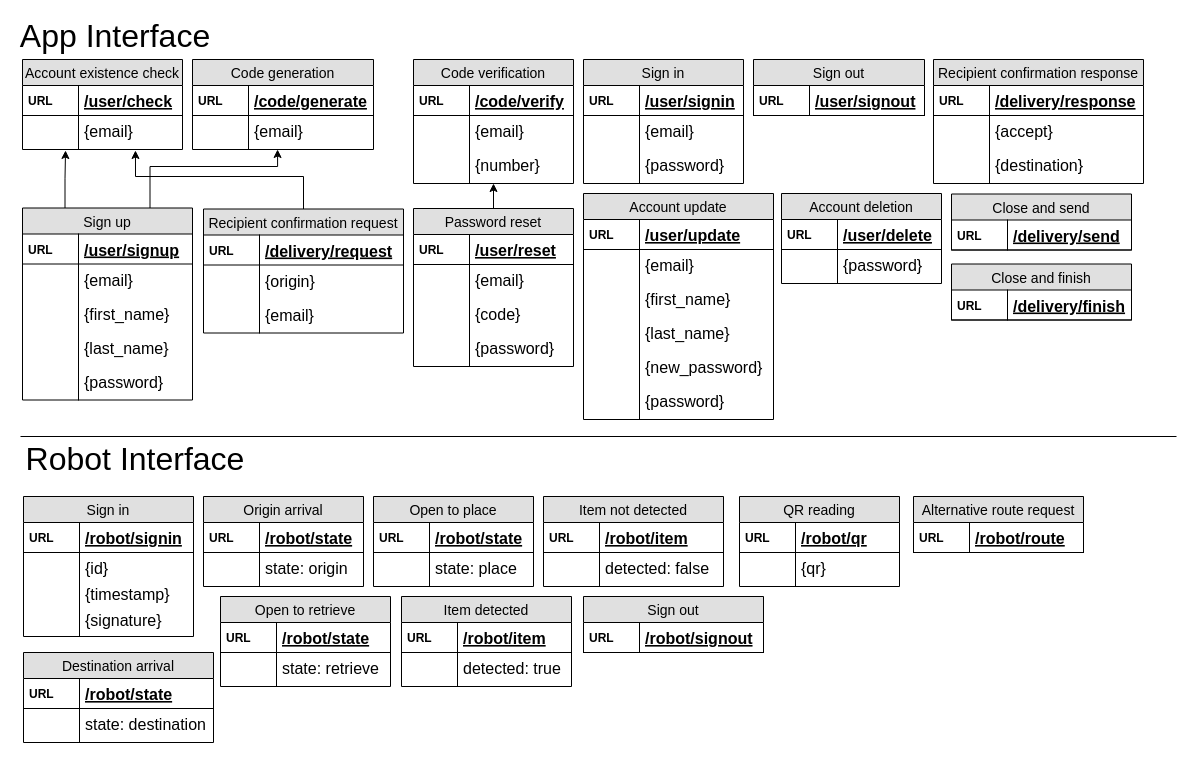
Earlier version of the draw.io diagram server/modeling/Server Modelling.drawio (developedby/DLVR). Source tidied: cells renumbered, new cells numbered last; positions are measured from the earlier drawing's top-left corner, leaving out a move shared by most shapes. Both pictures are drawn from the tidied source at 100%, with x=0, y=0 at pixel (17, 26).
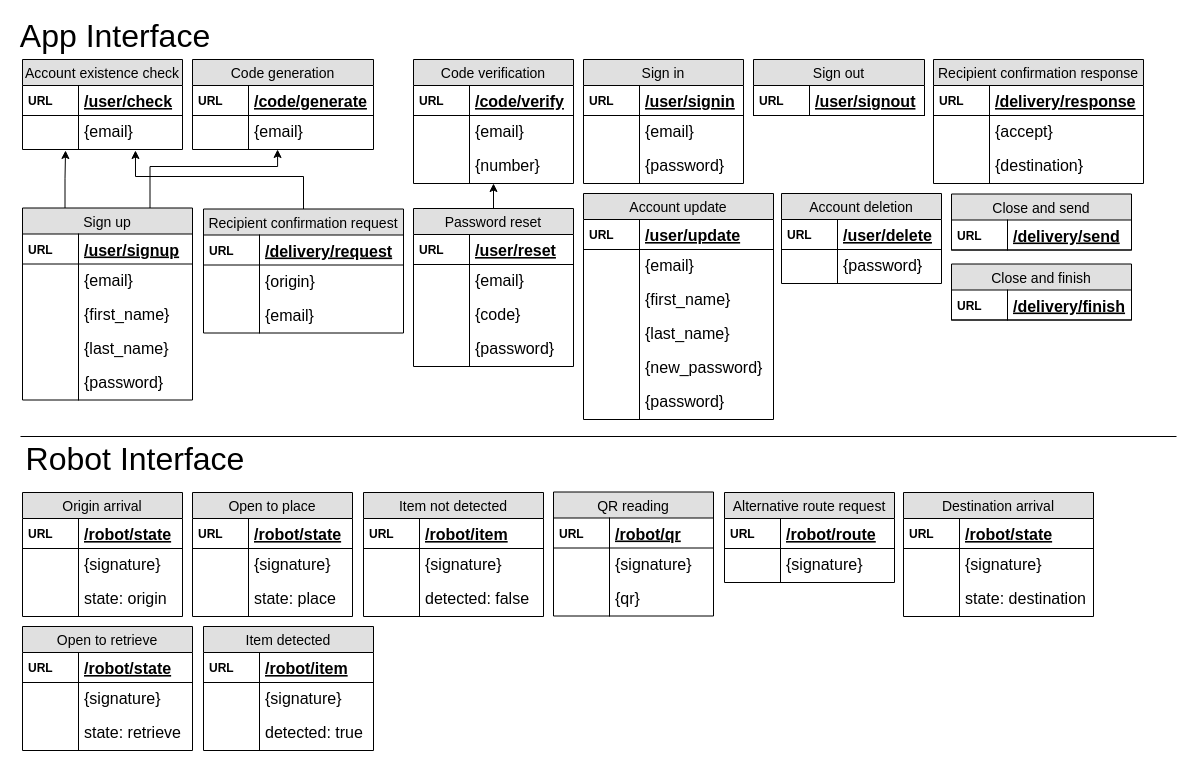
The same diagram, later.

Diff of the diagram source:
```diff
@@
-    <mxCell id="94" value="Sign in" style="swimlane;fontStyle=0;horizontal=1;startSize=26;fillColor=#e0e0e0;swimlaneFillColor=#ffffff;align=center;fontSize=14;" parent="1" vertex="1">
-      <mxGeometry x="6" y="470" width="170" height="140" as="geometry" />
-    </mxCell>
-    <mxCell id="95" value="/robot/signin" style="shape=partialRectangle;top=0;left=0;right=0;bottom=1;align=left;verticalAlign=middle;fillColor=none;spacingLeft=60;spacingRight=4;overflow=hidden;fontStyle=5;fontSize=16;" parent="94" vertex="1">
-      <mxGeometry y="26" width="170" height="30" as="geometry" />
-    </mxCell>
-    <mxCell id="96" value="URL" style="shape=partialRectangle;fontStyle=1;top=0;left=0;bottom=0;fillColor=none;align=left;verticalAlign=middle;spacingLeft=4;spacingRight=4;overflow=hidden;fontSize=12;" parent="95" vertex="1">
-      <mxGeometry width="56" height="30" as="geometry" />
-    </mxCell>
-    <mxCell id="97" value="{id}" style="shape=partialRectangle;top=0;left=0;right=0;bottom=0;align=left;verticalAlign=top;fillColor=none;spacingLeft=60;spacingRight=4;overflow=hidden;fontSize=16;" parent="94" vertex="1">
-      <mxGeometry y="56" width="170" height="26" as="geometry" />
-    </mxCell>
-    <mxCell id="98" style="shape=partialRectangle;top=0;left=0;bottom=0;fillColor=none;align=left;verticalAlign=top;spacingLeft=4;spacingRight=4;overflow=hidden;fontSize=12;" parent="97" vertex="1">
-      <mxGeometry width="56" height="26" as="geometry" />
-    </mxCell>
-    <mxCell id="99" value="{timestamp}" style="shape=partialRectangle;top=0;left=0;right=0;bottom=0;align=left;verticalAlign=top;fillColor=none;spacingLeft=60;spacingRight=4;overflow=hidden;fontSize=16;" parent="94" vertex="1">
-      <mxGeometry y="82" width="170" height="26" as="geometry" />
-    </mxCell>
-    <mxCell id="100" style="shape=partialRectangle;top=0;left=0;bottom=0;fillColor=none;align=left;verticalAlign=top;spacingLeft=4;spacingRight=4;overflow=hidden;fontSize=12;" parent="99" vertex="1">
-      <mxGeometry width="56" height="26" as="geometry" />
-    </mxCell>
-    <mxCell id="101" value="{signature}" style="shape=partialRectangle;top=0;left=0;right=0;bottom=0;align=left;verticalAlign=top;fillColor=none;spacingLeft=60;spacingRight=4;overflow=hidden;fontSize=16;" parent="94" vertex="1">
-      <mxGeometry y="108" width="170" height="32" as="geometry" />
-    </mxCell>
-    <mxCell id="102" style="shape=partialRectangle;top=0;left=0;bottom=0;fillColor=none;align=left;verticalAlign=top;spacingLeft=4;spacingRight=4;overflow=hidden;fontSize=12;" parent="101" vertex="1">
-      <mxGeometry width="56" height="32" as="geometry" />
-    </mxCell>
     <mxCell id="103" value="Origin arrival" style="swimlane;fontStyle=0;horizontal=1;startSize=26;fillColor=#e0e0e0;swimlaneFillColor=#ffffff;align=center;fontSize=14;" parent="1" vertex="1">
-      <mxGeometry x="186" y="470" width="160" height="90" as="geometry" />
+      <mxGeometry x="5" y="466" width="160" height="124" as="geometry" />
     </mxCell>
@@
-    <mxCell id="106" value="state: origin" style="shape=partialRectangle;top=0;left=0;right=0;bottom=0;align=left;verticalAlign=top;fillColor=none;spacingLeft=60;spacingRight=4;overflow=hidden;fontSize=16;" parent="103" vertex="1">
+    <mxCell id="106" value="{signature}" style="shape=partialRectangle;top=0;left=0;right=0;bottom=0;align=left;verticalAlign=top;fillColor=none;spacingLeft=60;spacingRight=4;overflow=hidden;fontSize=16;" parent="103" vertex="1">
       <mxGeometry y="56" width="160" height="34" as="geometry" />
     </mxCell>
@@
+    <mxCell id="144" value="state: origin" style="shape=partialRectangle;top=0;left=0;right=0;bottom=0;align=left;verticalAlign=top;fillColor=none;spacingLeft=60;spacingRight=4;overflow=hidden;fontSize=16;" parent="103" vertex="1">
+      <mxGeometry y="90" width="160" height="34" as="geometry" />
+    </mxCell>
+    <mxCell id="145" style="shape=partialRectangle;top=0;left=0;bottom=0;fillColor=none;align=left;verticalAlign=top;spacingLeft=4;spacingRight=4;overflow=hidden;fontSize=12;" parent="144" vertex="1">
+      <mxGeometry width="56" height="34" as="geometry" />
+    </mxCell>
     <mxCell id="108" value="Open to place" style="swimlane;fontStyle=0;horizontal=1;startSize=26;fillColor=#e0e0e0;swimlaneFillColor=#ffffff;align=center;fontSize=14;" parent="1" vertex="1">
-      <mxGeometry x="356" y="470" width="160" height="90" as="geometry" />
+      <mxGeometry x="175" y="466" width="160" height="124" as="geometry" />
     </mxCell>
@@
-    <mxCell id="111" value="state: place" style="shape=partialRectangle;top=0;left=0;right=0;bottom=0;align=left;verticalAlign=top;fillColor=none;spacingLeft=60;spacingRight=4;overflow=hidden;fontSize=16;" parent="108" vertex="1">
+    <mxCell id="111" value="{signature}" style="shape=partialRectangle;top=0;left=0;right=0;bottom=0;align=left;verticalAlign=top;fillColor=none;spacingLeft=60;spacingRight=4;overflow=hidden;fontSize=16;" parent="108" vertex="1">
       <mxGeometry y="56" width="160" height="34" as="geometry" />
     </mxCell>
@@
+    <mxCell id="146" value="state: place" style="shape=partialRectangle;top=0;left=0;right=0;bottom=0;align=left;verticalAlign=top;fillColor=none;spacingLeft=60;spacingRight=4;overflow=hidden;fontSize=16;" parent="108" vertex="1">
+      <mxGeometry y="90" width="160" height="34" as="geometry" />
+    </mxCell>
+    <mxCell id="147" style="shape=partialRectangle;top=0;left=0;bottom=0;fillColor=none;align=left;verticalAlign=top;spacingLeft=4;spacingRight=4;overflow=hidden;fontSize=12;" parent="146" vertex="1">
+      <mxGeometry width="56" height="34" as="geometry" />
+    </mxCell>
     <mxCell id="113" value="Item not detected" style="swimlane;fontStyle=0;horizontal=1;startSize=26;fillColor=#e0e0e0;swimlaneFillColor=#ffffff;align=center;fontSize=14;" parent="1" vertex="1">
-      <mxGeometry x="526" y="470" width="180" height="90" as="geometry" />
+      <mxGeometry x="346" y="466" width="180" height="124" as="geometry" />
     </mxCell>
@@
-    <mxCell id="116" value="detected: false" style="shape=partialRectangle;top=0;left=0;right=0;bottom=0;align=left;verticalAlign=top;fillColor=none;spacingLeft=60;spacingRight=4;overflow=hidden;fontSize=16;" parent="113" vertex="1">
+    <mxCell id="116" value="{signature}" style="shape=partialRectangle;top=0;left=0;right=0;bottom=0;align=left;verticalAlign=top;fillColor=none;spacingLeft=60;spacingRight=4;overflow=hidden;fontSize=16;" parent="113" vertex="1">
       <mxGeometry y="56" width="180" height="34" as="geometry" />
     </mxCell>
@@
+    <mxCell id="148" value="detected: false" style="shape=partialRectangle;top=0;left=0;right=0;bottom=0;align=left;verticalAlign=top;fillColor=none;spacingLeft=60;spacingRight=4;overflow=hidden;fontSize=16;" parent="113" vertex="1">
+      <mxGeometry y="90" width="180" height="34" as="geometry" />
+    </mxCell>
+    <mxCell id="149" style="shape=partialRectangle;top=0;left=0;bottom=0;fillColor=none;align=left;verticalAlign=top;spacingLeft=4;spacingRight=4;overflow=hidden;fontSize=12;" parent="148" vertex="1">
+      <mxGeometry width="56" height="34" as="geometry" />
+    </mxCell>
     <mxCell id="118" value="QR reading" style="swimlane;fontStyle=0;horizontal=1;startSize=26;fillColor=#e0e0e0;swimlaneFillColor=#ffffff;align=center;fontSize=14;" parent="1" vertex="1">
-      <mxGeometry x="722" y="470" width="160" height="90" as="geometry" />
+      <mxGeometry x="536" y="465.5" width="160" height="124" as="geometry" />
     </mxCell>
@@
-    <mxCell id="121" value="{qr}" style="shape=partialRectangle;top=0;left=0;right=0;bottom=0;align=left;verticalAlign=top;fillColor=none;spacingLeft=60;spacingRight=4;overflow=hidden;fontSize=16;" parent="118" vertex="1">
+    <mxCell id="121" value="{signature}" style="shape=partialRectangle;top=0;left=0;right=0;bottom=0;align=left;verticalAlign=top;fillColor=none;spacingLeft=60;spacingRight=4;overflow=hidden;fontSize=16;" parent="118" vertex="1">
       <mxGeometry y="56" width="160" height="34" as="geometry" />
     </mxCell>
@@
+    <mxCell id="150" value="{qr}" style="shape=partialRectangle;top=0;left=0;right=0;bottom=0;align=left;verticalAlign=top;fillColor=none;spacingLeft=60;spacingRight=4;overflow=hidden;fontSize=16;" parent="118" vertex="1">
+      <mxGeometry y="90" width="160" height="34" as="geometry" />
+    </mxCell>
+    <mxCell id="151" style="shape=partialRectangle;top=0;left=0;bottom=0;fillColor=none;align=left;verticalAlign=top;spacingLeft=4;spacingRight=4;overflow=hidden;fontSize=12;" parent="150" vertex="1">
+      <mxGeometry width="56" height="34" as="geometry" />
+    </mxCell>
     <mxCell id="123" value="Alternative route request" style="swimlane;fontStyle=0;horizontal=1;startSize=26;fillColor=#e0e0e0;swimlaneFillColor=#ffffff;align=center;fontSize=14;" parent="1" vertex="1">
-      <mxGeometry x="896" y="470" width="170" height="56" as="geometry" />
+      <mxGeometry x="707" y="466" width="170" height="90" as="geometry" />
     </mxCell>
@@
+    <mxCell id="101" value="{signature}" style="shape=partialRectangle;top=0;left=0;right=0;bottom=0;align=left;verticalAlign=top;fillColor=none;spacingLeft=60;spacingRight=4;overflow=hidden;fontSize=16;" parent="123" vertex="1">
+      <mxGeometry y="56" width="170" height="34" as="geometry" />
+    </mxCell>
+    <mxCell id="152" style="shape=partialRectangle;top=0;left=0;bottom=0;fillColor=none;align=left;verticalAlign=top;spacingLeft=4;spacingRight=4;overflow=hidden;fontSize=12;" parent="101" vertex="1">
+      <mxGeometry width="56" height="34" as="geometry" />
+    </mxCell>
     <mxCell id="126" value="Destination arrival" style="swimlane;fontStyle=0;horizontal=1;startSize=26;fillColor=#e0e0e0;swimlaneFillColor=#ffffff;align=center;fontSize=14;" parent="1" vertex="1">
-      <mxGeometry x="6" y="626" width="190" height="90" as="geometry" />
+      <mxGeometry x="886" y="466" width="190" height="124" as="geometry" />
     </mxCell>
@@
-    <mxCell id="129" value="state: destination" style="shape=partialRectangle;top=0;left=0;right=0;bottom=0;align=left;verticalAlign=top;fillColor=none;spacingLeft=60;spacingRight=4;overflow=hidden;fontSize=16;" parent="126" vertex="1">
+    <mxCell id="129" value="{signature}" style="shape=partialRectangle;top=0;left=0;right=0;bottom=0;align=left;verticalAlign=top;fillColor=none;spacingLeft=60;spacingRight=4;overflow=hidden;fontSize=16;" parent="126" vertex="1">
       <mxGeometry y="56" width="190" height="34" as="geometry" />
     </mxCell>
@@
+    <mxCell id="153" value="state: destination" style="shape=partialRectangle;top=0;left=0;right=0;bottom=0;align=left;verticalAlign=top;fillColor=none;spacingLeft=60;spacingRight=4;overflow=hidden;fontSize=16;" parent="126" vertex="1">
+      <mxGeometry y="90" width="190" height="34" as="geometry" />
+    </mxCell>
+    <mxCell id="154" style="shape=partialRectangle;top=0;left=0;bottom=0;fillColor=none;align=left;verticalAlign=top;spacingLeft=4;spacingRight=4;overflow=hidden;fontSize=12;" parent="153" vertex="1">
+      <mxGeometry width="56" height="34" as="geometry" />
+    </mxCell>
     <mxCell id="131" value="Open to retrieve" style="swimlane;fontStyle=0;horizontal=1;startSize=26;fillColor=#e0e0e0;swimlaneFillColor=#ffffff;align=center;fontSize=14;" parent="1" vertex="1">
-      <mxGeometry x="203" y="570" width="170" height="90" as="geometry" />
+      <mxGeometry x="5" y="600" width="170" height="124" as="geometry" />
     </mxCell>
@@
-    <mxCell id="134" value="state: retrieve" style="shape=partialRectangle;top=0;left=0;right=0;bottom=0;align=left;verticalAlign=top;fillColor=none;spacingLeft=60;spacingRight=4;overflow=hidden;fontSize=16;" parent="131" vertex="1">
+    <mxCell id="134" value="{signature}" style="shape=partialRectangle;top=0;left=0;right=0;bottom=0;align=left;verticalAlign=top;fillColor=none;spacingLeft=60;spacingRight=4;overflow=hidden;fontSize=16;" parent="131" vertex="1">
       <mxGeometry y="56" width="170" height="34" as="geometry" />
     </mxCell>
@@
+    <mxCell id="155" value="state: retrieve" style="shape=partialRectangle;top=0;left=0;right=0;bottom=0;align=left;verticalAlign=top;fillColor=none;spacingLeft=60;spacingRight=4;overflow=hidden;fontSize=16;" parent="131" vertex="1">
+      <mxGeometry y="90" width="170" height="34" as="geometry" />
+    </mxCell>
+    <mxCell id="156" style="shape=partialRectangle;top=0;left=0;bottom=0;fillColor=none;align=left;verticalAlign=top;spacingLeft=4;spacingRight=4;overflow=hidden;fontSize=12;" parent="155" vertex="1">
+      <mxGeometry width="56" height="34" as="geometry" />
+    </mxCell>
     <mxCell id="136" value="Item detected" style="swimlane;fontStyle=0;horizontal=1;startSize=26;fillColor=#e0e0e0;swimlaneFillColor=#ffffff;align=center;fontSize=14;" parent="1" vertex="1">
-      <mxGeometry x="384" y="570" width="170" height="90" as="geometry" />
+      <mxGeometry x="186" y="600" width="170" height="124" as="geometry" />
     </mxCell>
@@
-    <mxCell id="139" value="detected: true" style="shape=partialRectangle;top=0;left=0;right=0;bottom=0;align=left;verticalAlign=top;fillColor=none;spacingLeft=60;spacingRight=4;overflow=hidden;fontSize=16;" parent="136" vertex="1">
+    <mxCell id="139" value="{signature}" style="shape=partialRectangle;top=0;left=0;right=0;bottom=0;align=left;verticalAlign=top;fillColor=none;spacingLeft=60;spacingRight=4;overflow=hidden;fontSize=16;" parent="136" vertex="1">
       <mxGeometry y="56" width="170" height="34" as="geometry" />
     </mxCell>
@@
-    <mxCell id="141" value="Sign out" style="swimlane;fontStyle=0;horizontal=1;startSize=26;fillColor=#e0e0e0;swimlaneFillColor=#ffffff;align=center;fontSize=14;" parent="1" vertex="1">
-      <mxGeometry x="566" y="570" width="180" height="56" as="geometry" />
-    </mxCell>
-    <mxCell id="142" value="/robot/signout" style="shape=partialRectangle;top=0;left=0;right=0;bottom=1;align=left;verticalAlign=middle;fillColor=none;spacingLeft=60;spacingRight=4;overflow=hidden;fontStyle=5;fontSize=16;" parent="141" vertex="1">
-      <mxGeometry y="26" width="180" height="30" as="geometry" />
-    </mxCell>
-    <mxCell id="143" value="URL" style="shape=partialRectangle;fontStyle=1;top=0;left=0;bottom=0;fillColor=none;align=left;verticalAlign=middle;spacingLeft=4;spacingRight=4;overflow=hidden;fontSize=12;" parent="142" vertex="1">
-      <mxGeometry width="56" height="30" as="geometry" />
-    </mxCell>
+    <mxCell id="157" value="detected: true" style="shape=partialRectangle;top=0;left=0;right=0;bottom=0;align=left;verticalAlign=top;fillColor=none;spacingLeft=60;spacingRight=4;overflow=hidden;fontSize=16;" parent="136" vertex="1">
+      <mxGeometry y="90" width="170" height="34" as="geometry" />
+    </mxCell>
+    <mxCell id="158" style="shape=partialRectangle;top=0;left=0;bottom=0;fillColor=none;align=left;verticalAlign=top;spacingLeft=4;spacingRight=4;overflow=hidden;fontSize=12;" parent="157" vertex="1">
+      <mxGeometry width="56" height="34" as="geometry" />
+    </mxCell>
```
